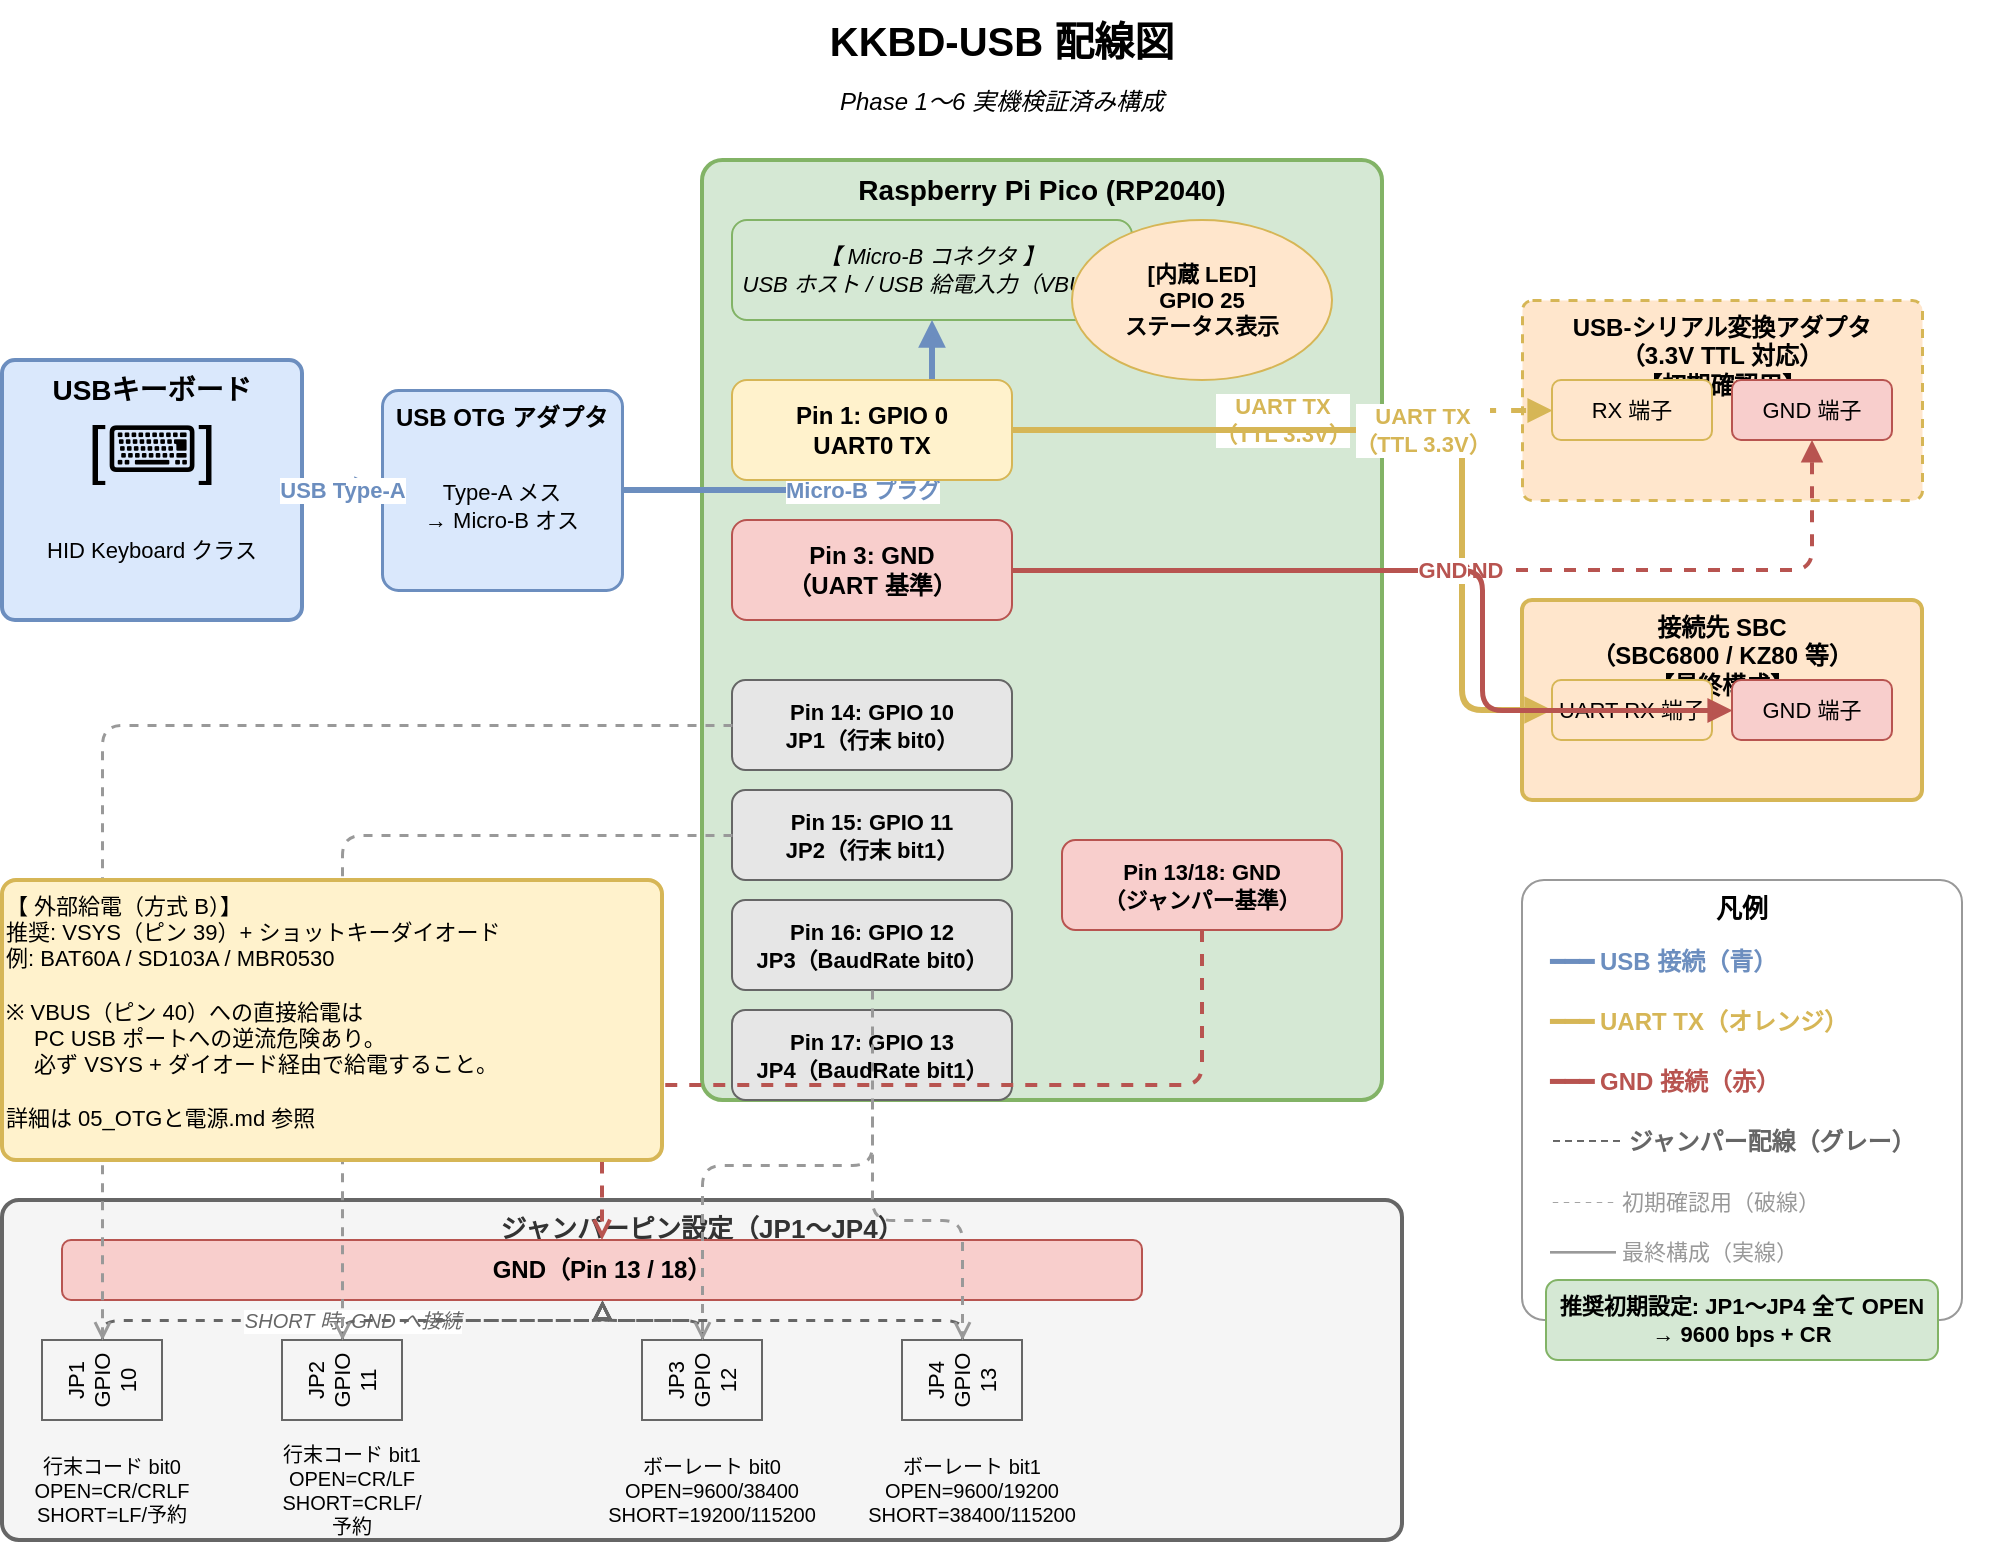
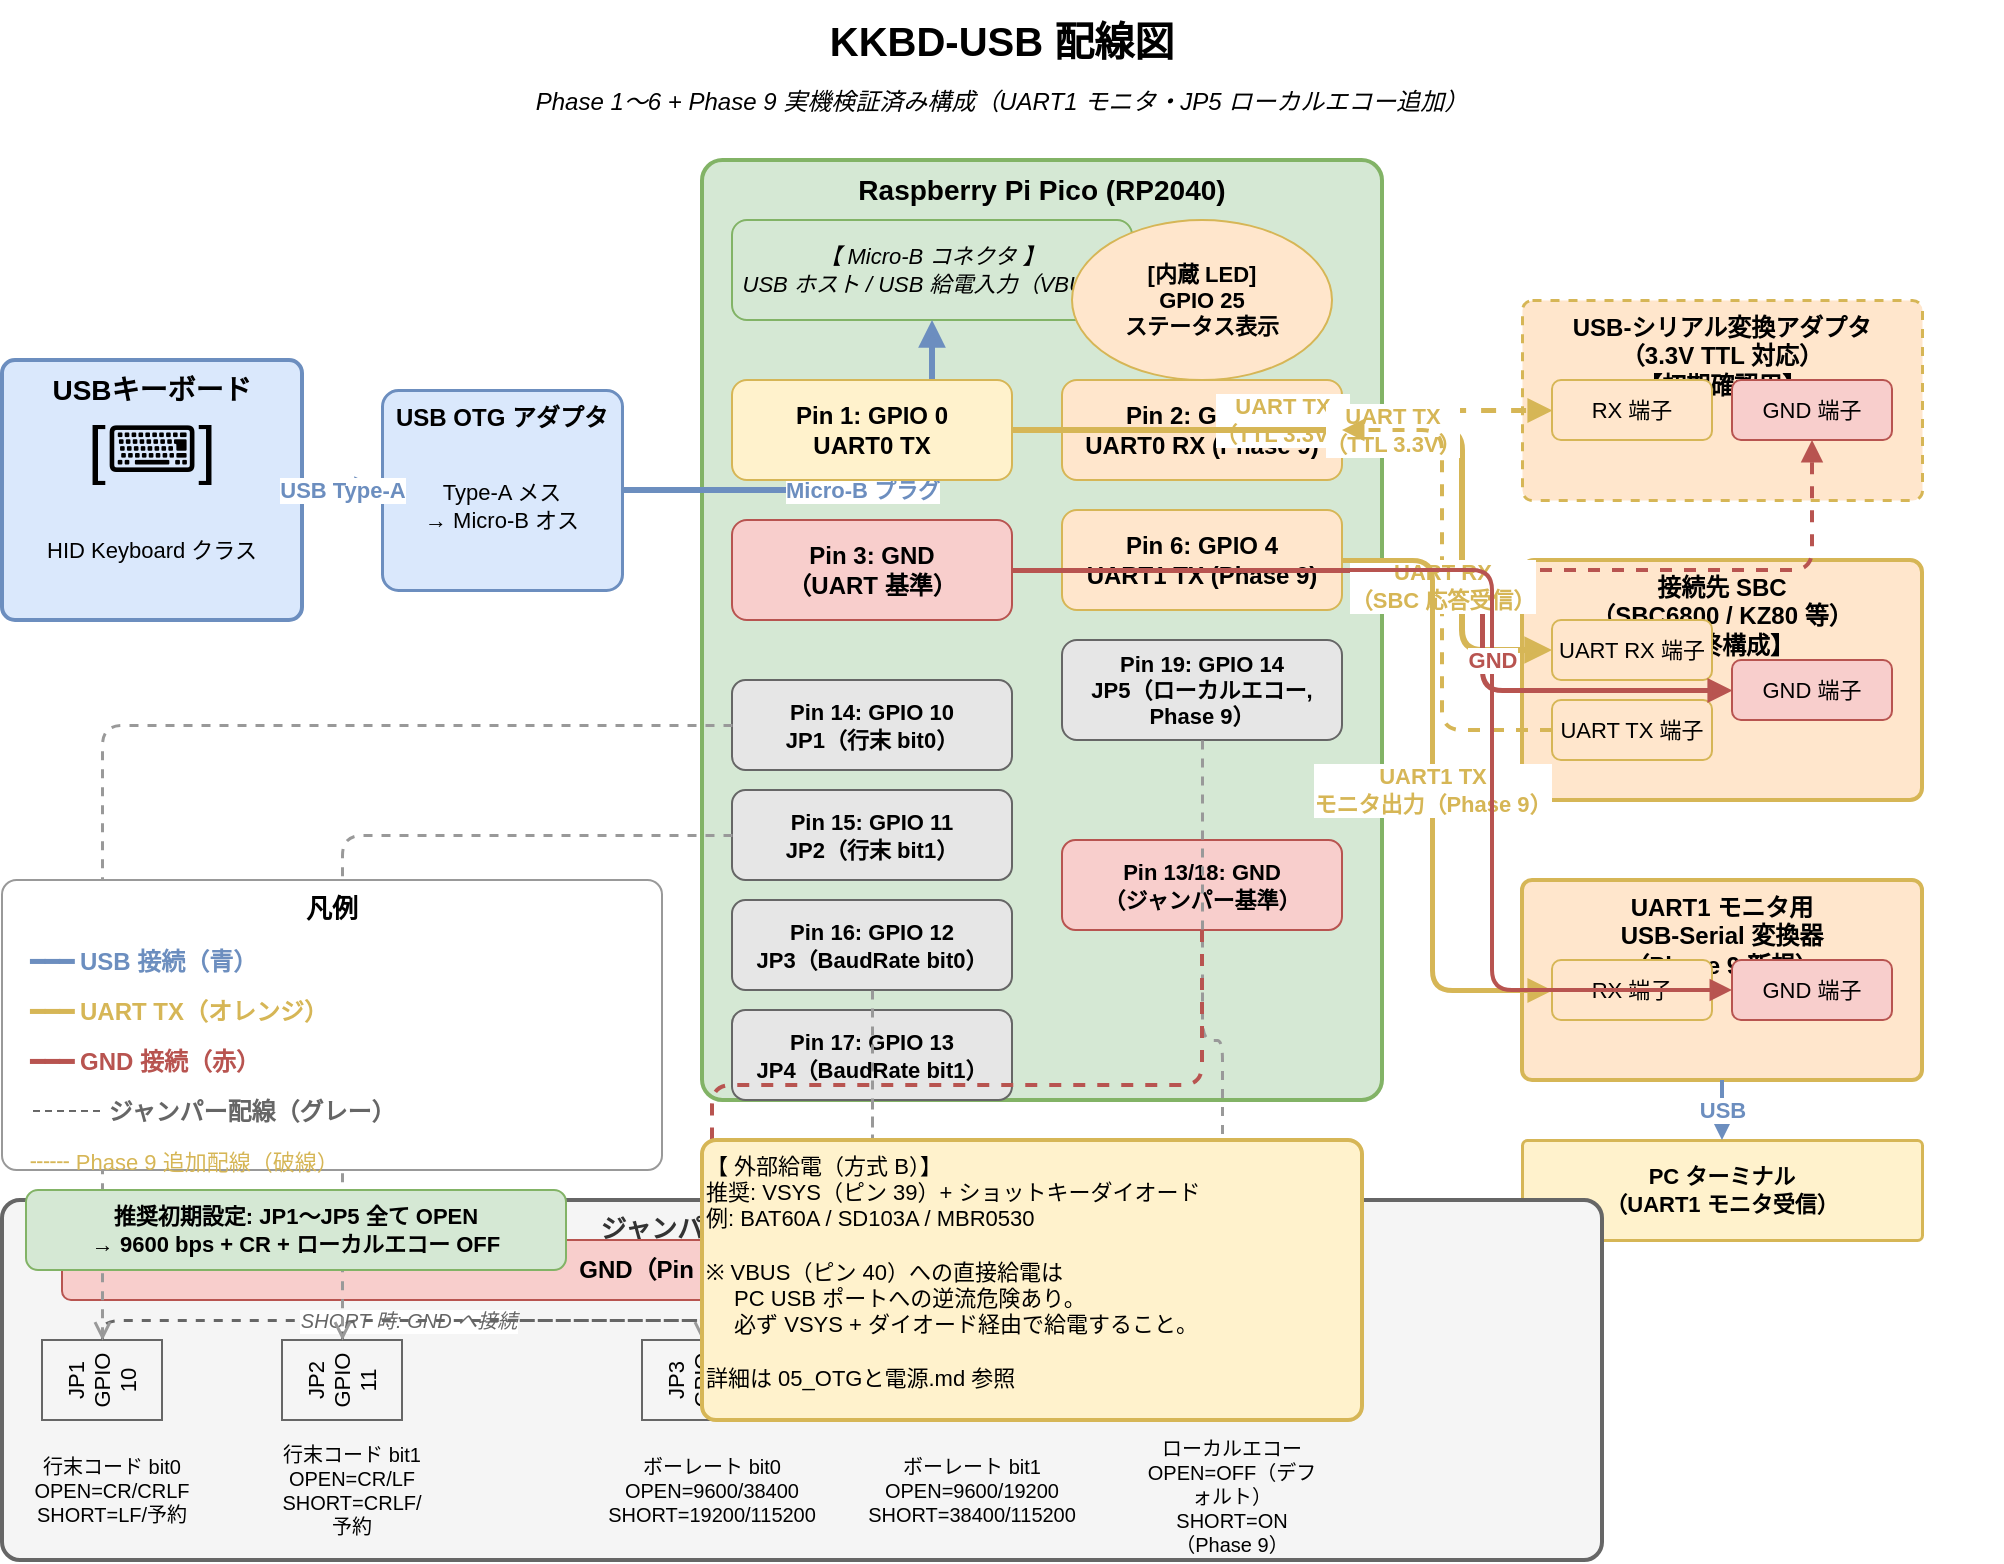
<?xml version="1.0" encoding="UTF-8"?>
<mxGraphModel dx="1422" dy="762" grid="1" gridSize="10" guides="1" tooltips="1" connect="1" arrows="1" fold="1" page="1" pageScale="1" pageWidth="1169" pageHeight="827" math="0" shadow="0">
  <root>
    <mxCell id="0" />
    <mxCell id="1" parent="0" />

    <!-- タイトル -->
    <mxCell id="100" value="KKBD-USB 配線図" style="text;html=1;strokeColor=none;fillColor=none;align=center;verticalAlign=middle;whiteSpace=wrap;rounded=0;fontSize=20;fontStyle=1;" vertex="1" parent="1">
      <mxGeometry x="60" y="20" width="1000" height="40" as="geometry" />
    </mxCell>
-     <mxCell id="101" value="Phase 1〜6 実機検証済み構成" style="text;html=1;strokeColor=none;fillColor=none;align=center;verticalAlign=middle;whiteSpace=wrap;rounded=0;fontSize=12;fontStyle=2;" vertex="1" parent="1">
+     <mxCell id="101" value="Phase 1〜6 + Phase 9 実機検証済み構成（UART1 モニタ・JP5 ローカルエコー追加）" style="text;html=1;strokeColor=none;fillColor=none;align=center;verticalAlign=middle;whiteSpace=wrap;rounded=0;fontSize=12;fontStyle=2;" vertex="1" parent="1">
      <mxGeometry x="60" y="58" width="1000" height="25" as="geometry" />
    </mxCell>

    <!-- ========== USB キーボード ========== -->
    <mxCell id="200" value="USBキーボード" style="rounded=1;whiteSpace=wrap;html=1;fillColor=#dae8fc;strokeColor=#6c8ebf;fontSize=14;fontStyle=1;verticalAlign=top;arcSize=5;strokeWidth=2;" vertex="1" parent="1">
      <mxGeometry x="60" y="200" width="150" height="130" as="geometry" />
    </mxCell>
    <mxCell id="201" value="[⌨]" style="text;html=1;strokeColor=none;fillColor=none;align=center;verticalAlign=middle;whiteSpace=wrap;fontSize=32;" vertex="1" parent="1">
      <mxGeometry x="60" y="220" width="150" height="50" as="geometry" />
    </mxCell>
    <mxCell id="202" value="HID Keyboard クラス" style="text;html=1;strokeColor=none;fillColor=none;align=center;verticalAlign=middle;whiteSpace=wrap;fontSize=11;" vertex="1" parent="1">
      <mxGeometry x="60" y="272" width="150" height="45" as="geometry" />
    </mxCell>

    <!-- ========== USB OTG アダプタ ========== -->
    <mxCell id="250" value="USB OTG アダプタ" style="rounded=1;whiteSpace=wrap;html=1;fillColor=#dae8fc;strokeColor=#6c8ebf;fontSize=12;fontStyle=1;verticalAlign=top;arcSize=8;strokeWidth=1.5;" vertex="1" parent="1">
      <mxGeometry x="250" y="215" width="120" height="100" as="geometry" />
    </mxCell>
    <mxCell id="251" value="Type-A メス&#xa;→ Micro-B オス" style="text;html=1;strokeColor=none;fillColor=none;align=center;verticalAlign=middle;whiteSpace=wrap;fontSize=11;" vertex="1" parent="1">
      <mxGeometry x="250" y="240" width="120" height="65" as="geometry" />
    </mxCell>

    <!-- USB: キーボード → OTG -->
    <mxCell id="260" value="USB Type-A" style="edgeStyle=orthogonalEdgeStyle;html=1;strokeColor=#6c8ebf;fontColor=#6c8ebf;fontStyle=1;fontSize=11;labelBackgroundColor=#ffffff;endArrow=block;endFill=1;strokeWidth=3;" edge="1" parent="1" source="200" target="250">
      <mxGeometry relative="1" as="geometry" />
    </mxCell>

    <!-- ========== Raspberry Pi Pico ========== -->
    <mxCell id="400" value="Raspberry Pi Pico (RP2040)" style="rounded=1;whiteSpace=wrap;html=1;fillColor=#d5e8d4;strokeColor=#82b366;fontSize=14;fontStyle=1;verticalAlign=top;arcSize=3;strokeWidth=2;" vertex="1" parent="1">
      <mxGeometry x="410" y="100" width="340" height="470" as="geometry" />
    </mxCell>

    <!-- Pico 内部: Micro-B コネクタラベル -->
    <mxCell id="401" value="【 Micro-B コネクタ 】&#xa;USB ホスト / USB 給電入力（VBUS）" style="rounded=1;whiteSpace=wrap;html=1;fillColor=#d5e8d4;strokeColor=#82b366;fontSize=11;fontStyle=2;" vertex="1" parent="1">
      <mxGeometry x="425" y="130" width="200" height="50" as="geometry" />
    </mxCell>

    <!-- USB: OTG → Pico Micro-B -->
    <mxCell id="261" value="Micro-B プラグ" style="edgeStyle=orthogonalEdgeStyle;html=1;strokeColor=#6c8ebf;fontColor=#6c8ebf;fontStyle=1;fontSize=11;labelBackgroundColor=#ffffff;endArrow=block;endFill=1;strokeWidth=3;" edge="1" parent="1" source="250" target="401">
      <mxGeometry relative="1" as="geometry" />
    </mxCell>

    <!-- Pico ピン: GPIO 0 (UART TX) -->
    <mxCell id="410" value="Pin 1: GPIO 0&#xa;UART0 TX" style="rounded=1;whiteSpace=wrap;html=1;fillColor=#fff2cc;strokeColor=#d6b656;fontSize=12;fontStyle=1;" vertex="1" parent="1">
      <mxGeometry x="425" y="210" width="140" height="50" as="geometry" />
    </mxCell>

+     <!-- Pico ピン: GPIO 1 (UART0 RX, Phase 9 新規) -->
+     <mxCell id="412" value="Pin 2: GPIO 1&#xa;UART0 RX (Phase 9)" style="rounded=1;whiteSpace=wrap;html=1;fillColor=#ffe6cc;strokeColor=#d6b656;fontSize=12;fontStyle=1;" vertex="1" parent="1">
+       <mxGeometry x="590" y="210" width="140" height="50" as="geometry" />
+     </mxCell>
+ 
+     <!-- Pico ピン: GPIO 4 (UART1 TX, Phase 9 新規) -->
+     <mxCell id="413" value="Pin 6: GPIO 4&#xa;UART1 TX (Phase 9)" style="rounded=1;whiteSpace=wrap;html=1;fillColor=#ffe6cc;strokeColor=#d6b656;fontSize=12;fontStyle=1;" vertex="1" parent="1">
+       <mxGeometry x="590" y="275" width="140" height="50" as="geometry" />
+     </mxCell>
+ 
    <!-- Pico ピン: GND (UART 用) -->
    <mxCell id="411" value="Pin 3: GND&#xa;（UART 基準）" style="rounded=1;whiteSpace=wrap;html=1;fillColor=#f8cecc;strokeColor=#b85450;fontSize=12;fontStyle=1;" vertex="1" parent="1">
      <mxGeometry x="425" y="280" width="140" height="50" as="geometry" />
    </mxCell>

    <!-- Pico ピン: JP1 (GPIO 10) -->
    <mxCell id="420" value="Pin 14: GPIO 10&#xa;JP1（行末 bit0）" style="rounded=1;whiteSpace=wrap;html=1;fillColor=#e6e6e6;strokeColor=#666666;fontSize=11;fontStyle=1;" vertex="1" parent="1">
      <mxGeometry x="425" y="360" width="140" height="45" as="geometry" />
    </mxCell>

    <!-- Pico ピン: JP2 (GPIO 11) -->
    <mxCell id="421" value="Pin 15: GPIO 11&#xa;JP2（行末 bit1）" style="rounded=1;whiteSpace=wrap;html=1;fillColor=#e6e6e6;strokeColor=#666666;fontSize=11;fontStyle=1;" vertex="1" parent="1">
      <mxGeometry x="425" y="415" width="140" height="45" as="geometry" />
    </mxCell>

    <!-- Pico ピン: JP3 (GPIO 12) -->
    <mxCell id="422" value="Pin 16: GPIO 12&#xa;JP3（BaudRate bit0）" style="rounded=1;whiteSpace=wrap;html=1;fillColor=#e6e6e6;strokeColor=#666666;fontSize=11;fontStyle=1;" vertex="1" parent="1">
      <mxGeometry x="425" y="470" width="140" height="45" as="geometry" />
    </mxCell>

    <!-- Pico ピン: JP4 (GPIO 13) -->
    <mxCell id="423" value="Pin 17: GPIO 13&#xa;JP4（BaudRate bit1）" style="rounded=1;whiteSpace=wrap;html=1;fillColor=#e6e6e6;strokeColor=#666666;fontSize=11;fontStyle=1;" vertex="1" parent="1">
      <mxGeometry x="425" y="525" width="140" height="45" as="geometry" />
+     </mxCell>
+ 
+     <!-- Pico ピン: JP5 (GPIO 14, Phase 9 新規) -->
+     <mxCell id="425" value="Pin 19: GPIO 14&#xa;JP5（ローカルエコー, Phase 9）" style="rounded=1;whiteSpace=wrap;html=1;fillColor=#e6e6e6;strokeColor=#666666;fontSize=11;fontStyle=1;" vertex="1" parent="1">
+       <mxGeometry x="590" y="340" width="140" height="50" as="geometry" />
    </mxCell>

    <!-- Pico ピン: GND (ジャンパー基準) -->
    <mxCell id="424" value="Pin 13/18: GND&#xa;（ジャンパー基準）" style="rounded=1;whiteSpace=wrap;html=1;fillColor=#f8cecc;strokeColor=#b85450;fontSize=11;fontStyle=1;" vertex="1" parent="1">
      <mxGeometry x="590" y="440" width="140" height="45" as="geometry" />
    </mxCell>

    <!-- LED ラベル -->
    <mxCell id="430" value="[内蔵 LED]&#xa;GPIO 25&#xa;ステータス表示" style="ellipse;whiteSpace=wrap;html=1;fillColor=#ffe6cc;strokeColor=#d6b656;fontSize=11;fontStyle=1;" vertex="1" parent="1">
      <mxGeometry x="595" y="130" width="130" height="80" as="geometry" />
    </mxCell>

    <!-- ========== USB-シリアル変換アダプタ（動作確認用）または SBC ========== -->
    <!-- USB-シリアル変換アダプタ（初期確認用） -->
    <mxCell id="500" value="USB-シリアル変換アダプタ&#xa;（3.3V TTL 対応）&#xa;【初期確認用】" style="rounded=1;whiteSpace=wrap;html=1;fillColor=#ffe6cc;strokeColor=#d6b656;fontSize=12;fontStyle=1;verticalAlign=top;arcSize=5;strokeWidth=1.5;dashed=1;" vertex="1" parent="1">
      <mxGeometry x="820" y="170" width="200" height="100" as="geometry" />
    </mxCell>
    <mxCell id="501" value="RX 端子" style="rounded=1;whiteSpace=wrap;html=1;fillColor=#ffe6cc;strokeColor=#d6b656;fontSize=11;" vertex="1" parent="1">
      <mxGeometry x="835" y="210" width="80" height="30" as="geometry" />
    </mxCell>
    <mxCell id="502" value="GND 端子" style="rounded=1;whiteSpace=wrap;html=1;fillColor=#f8cecc;strokeColor=#b85450;fontSize=11;" vertex="1" parent="1">
      <mxGeometry x="925" y="210" width="80" height="30" as="geometry" />
    </mxCell>

    <!-- 接続先 SBC（最終構成） -->
    <mxCell id="600" value="接続先 SBC&#xa;（SBC6800 / KZ80 等）&#xa;【最終構成】" style="rounded=1;whiteSpace=wrap;html=1;fillColor=#ffe6cc;strokeColor=#d6b656;fontSize=12;fontStyle=1;verticalAlign=top;arcSize=5;strokeWidth=2;" vertex="1" parent="1">
-       <mxGeometry x="820" y="320" width="200" height="100" as="geometry" />
+       <mxGeometry x="820" y="300" width="200" height="120" as="geometry" />
    </mxCell>
    <mxCell id="601" value="UART RX 端子" style="rounded=1;whiteSpace=wrap;html=1;fillColor=#ffe6cc;strokeColor=#d6b656;fontSize=11;" vertex="1" parent="1">
-       <mxGeometry x="835" y="360" width="80" height="30" as="geometry" />
+       <mxGeometry x="835" y="330" width="80" height="30" as="geometry" />
+     </mxCell>
+     <mxCell id="603" value="UART TX 端子" style="rounded=1;whiteSpace=wrap;html=1;fillColor=#ffe6cc;strokeColor=#d6b656;fontSize=11;" vertex="1" parent="1">
+       <mxGeometry x="835" y="370" width="80" height="30" as="geometry" />
    </mxCell>
    <mxCell id="602" value="GND 端子" style="rounded=1;whiteSpace=wrap;html=1;fillColor=#f8cecc;strokeColor=#b85450;fontSize=11;" vertex="1" parent="1">
-       <mxGeometry x="925" y="360" width="80" height="30" as="geometry" />
+       <mxGeometry x="925" y="350" width="80" height="30" as="geometry" />
+     </mxCell>
+ 
+     <!-- UART1 モニタ用 USB-Serial 変換器（Phase 9 新規） -->
+     <mxCell id="650" value="UART1 モニタ用&#xa;USB-Serial 変換器&#xa;（Phase 9 新規）" style="rounded=1;whiteSpace=wrap;html=1;fillColor=#ffe6cc;strokeColor=#d6b656;fontSize=12;fontStyle=1;verticalAlign=top;arcSize=5;strokeWidth=2;" vertex="1" parent="1">
+       <mxGeometry x="820" y="460" width="200" height="100" as="geometry" />
+     </mxCell>
+     <mxCell id="651" value="RX 端子" style="rounded=1;whiteSpace=wrap;html=1;fillColor=#ffe6cc;strokeColor=#d6b656;fontSize=11;" vertex="1" parent="1">
+       <mxGeometry x="835" y="500" width="80" height="30" as="geometry" />
+     </mxCell>
+     <mxCell id="652" value="GND 端子" style="rounded=1;whiteSpace=wrap;html=1;fillColor=#f8cecc;strokeColor=#b85450;fontSize=11;" vertex="1" parent="1">
+       <mxGeometry x="925" y="500" width="80" height="30" as="geometry" />
+     </mxCell>
+ 
+     <!-- PC ターミナル（Phase 9） -->
+     <mxCell id="660" value="PC ターミナル&#xa;（UART1 モニタ受信）" style="rounded=1;whiteSpace=wrap;html=1;fillColor=#fff2cc;strokeColor=#d6b656;fontSize=11;fontStyle=1;arcSize=5;strokeWidth=1.5;" vertex="1" parent="1">
+       <mxGeometry x="820" y="590" width="200" height="50" as="geometry" />
    </mxCell>

    <!-- UART TX: Pico GPIO0 → 確認用アダプタ RX（オレンジ線） -->
    <mxCell id="510" value="UART TX&#xa;（TTL 3.3V）" style="edgeStyle=orthogonalEdgeStyle;html=1;strokeColor=#d6b656;fontColor=#d6b656;fontStyle=1;fontSize=11;labelBackgroundColor=#ffffff;endArrow=block;endFill=1;strokeWidth=2.5;dashed=1;" edge="1" parent="1" source="410" target="501">
      <mxGeometry relative="1" as="geometry" />
    </mxCell>

    <!-- GND: Pico GND → 確認用アダプタ GND（赤黒線） -->
    <mxCell id="511" value="GND" style="edgeStyle=orthogonalEdgeStyle;html=1;strokeColor=#b85450;fontColor=#b85450;fontStyle=1;fontSize=11;labelBackgroundColor=#ffffff;endArrow=block;endFill=1;strokeWidth=2;dashed=1;" edge="1" parent="1" source="411" target="502">
      <mxGeometry relative="1" as="geometry" />
    </mxCell>

    <!-- UART TX: Pico GPIO0 → SBC RX（オレンジ線、太め） -->
    <mxCell id="610" value="UART TX&#xa;（TTL 3.3V）" style="edgeStyle=orthogonalEdgeStyle;html=1;strokeColor=#d6b656;fontColor=#d6b656;fontStyle=1;fontSize=11;labelBackgroundColor=#ffffff;endArrow=block;endFill=1;strokeWidth=3;" edge="1" parent="1" source="410" target="601">
      <mxGeometry relative="1" as="geometry">
        <Array as="points">
          <mxPoint x="790" y="235" />
-           <mxPoint x="790" y="375" />
+           <mxPoint x="790" y="345" />
        </Array>
      </mxGeometry>
    </mxCell>

    <!-- GND: Pico GND → SBC GND（赤黒線、太め） -->
    <mxCell id="611" value="GND" style="edgeStyle=orthogonalEdgeStyle;html=1;strokeColor=#b85450;fontColor=#b85450;fontStyle=1;fontSize=11;labelBackgroundColor=#ffffff;endArrow=block;endFill=1;strokeWidth=2.5;" edge="1" parent="1" source="411" target="602">
      <mxGeometry relative="1" as="geometry">
        <Array as="points">
          <mxPoint x="800" y="305" />
-           <mxPoint x="800" y="375" />
-         </Array>
-       </mxGeometry>
+           <mxPoint x="800" y="365" />
+         </Array>
+       </mxGeometry>
+     </mxCell>
+ 
+     <!-- UART RX: SBC TX → Pico GPIO1（Phase 9 新規、破線） -->
+     <mxCell id="620" value="UART RX&#xa;（SBC 応答受信）" style="edgeStyle=orthogonalEdgeStyle;html=1;strokeColor=#d6b656;fontColor=#d6b656;fontStyle=1;fontSize=11;labelBackgroundColor=#ffffff;endArrow=block;endFill=1;strokeWidth=2;dashed=1;" edge="1" parent="1" source="603" target="412">
+       <mxGeometry relative="1" as="geometry">
+         <Array as="points">
+           <mxPoint x="810" y="385" />
+           <mxPoint x="780" y="385" />
+           <mxPoint x="780" y="235" />
+         </Array>
+       </mxGeometry>
+     </mxCell>
+ 
+     <!-- UART1 TX: Pico GPIO4 → モニタ用変換器 RX（Phase 9 新規） -->
+     <mxCell id="621" value="UART1 TX&#xa;モニタ出力（Phase 9）" style="edgeStyle=orthogonalEdgeStyle;html=1;strokeColor=#d6b656;fontColor=#d6b656;fontStyle=1;fontSize=11;labelBackgroundColor=#ffffff;endArrow=block;endFill=1;strokeWidth=2.5;" edge="1" parent="1" source="413" target="651">
+       <mxGeometry relative="1" as="geometry">
+         <Array as="points">
+           <mxPoint x="775" y="300" />
+           <mxPoint x="775" y="515" />
+         </Array>
+       </mxGeometry>
+     </mxCell>
+ 
+     <!-- GND: Pico GND → モニタ変換器 GND（Phase 9 新規） -->
+     <mxCell id="622" value="GND" style="edgeStyle=orthogonalEdgeStyle;html=1;strokeColor=#b85450;fontColor=#b85450;fontStyle=1;fontSize=11;labelBackgroundColor=#ffffff;endArrow=block;endFill=1;strokeWidth=2;" edge="1" parent="1" source="411" target="652">
+       <mxGeometry relative="1" as="geometry">
+         <Array as="points">
+           <mxPoint x="805" y="305" />
+           <mxPoint x="805" y="515" />
+         </Array>
+       </mxGeometry>
+     </mxCell>
+ 
+     <!-- USB: モニタ変換器 → PC ターミナル（Phase 9） -->
+     <mxCell id="623" value="USB" style="edgeStyle=orthogonalEdgeStyle;html=1;strokeColor=#6c8ebf;fontColor=#6c8ebf;fontStyle=1;fontSize=11;labelBackgroundColor=#ffffff;endArrow=block;endFill=1;strokeWidth=2;" edge="1" parent="1" source="650" target="660">
+       <mxGeometry relative="1" as="geometry" />
    </mxCell>

    <!-- ========== ジャンパーピン（下段） ========== -->
-     <mxCell id="700" value="ジャンパーピン設定（JP1〜JP4）" style="rounded=1;whiteSpace=wrap;html=1;fillColor=#f5f5f5;strokeColor=#666666;fontSize=13;fontStyle=1;verticalAlign=top;arcSize=5;strokeWidth=2;fontColor=#333333;" vertex="1" parent="1">
-       <mxGeometry x="60" y="620" width="700" height="170" as="geometry" />
+     <mxCell id="700" value="ジャンパーピン設定（JP1〜JP5）" style="rounded=1;whiteSpace=wrap;html=1;fillColor=#f5f5f5;strokeColor=#666666;fontSize=13;fontStyle=1;verticalAlign=top;arcSize=5;strokeWidth=2;fontColor=#333333;" vertex="1" parent="1">
+       <mxGeometry x="60" y="620" width="800" height="180" as="geometry" />
    </mxCell>

    <!-- JP1 スイッチ表現 -->
    <mxCell id="710" value="JP1&#xa;GPIO 10" style="shape=mxgraph.electrical.signal_sources.signal_source;rotation=-90;html=1;whiteSpace=wrap;fillColor=#f5f5f5;strokeColor=#666666;fontSize=11;" vertex="1" parent="1">
      <mxGeometry x="90" y="680" width="40" height="60" as="geometry" />
    </mxCell>
    <mxCell id="711" value="行末コード bit0&#xa;OPEN=CR/CRLF&#xa;SHORT=LF/予約" style="text;html=1;strokeColor=none;fillColor=none;align=center;verticalAlign=middle;whiteSpace=wrap;fontSize=10;" vertex="1" parent="1">
      <mxGeometry x="75" y="745" width="80" height="40" as="geometry" />
    </mxCell>

    <!-- JP2 スイッチ表現 -->
    <mxCell id="720" value="JP2&#xa;GPIO 11" style="shape=mxgraph.electrical.signal_sources.signal_source;rotation=-90;html=1;whiteSpace=wrap;fillColor=#f5f5f5;strokeColor=#666666;fontSize=11;" vertex="1" parent="1">
      <mxGeometry x="210" y="680" width="40" height="60" as="geometry" />
    </mxCell>
    <mxCell id="721" value="行末コード bit1&#xa;OPEN=CR/LF&#xa;SHORT=CRLF/予約" style="text;html=1;strokeColor=none;fillColor=none;align=center;verticalAlign=middle;whiteSpace=wrap;fontSize=10;" vertex="1" parent="1">
      <mxGeometry x="195" y="745" width="80" height="40" as="geometry" />
    </mxCell>

    <!-- JP3 スイッチ表現 -->
    <mxCell id="730" value="JP3&#xa;GPIO 12" style="shape=mxgraph.electrical.signal_sources.signal_source;rotation=-90;html=1;whiteSpace=wrap;fillColor=#f5f5f5;strokeColor=#666666;fontSize=11;" vertex="1" parent="1">
      <mxGeometry x="390" y="680" width="40" height="60" as="geometry" />
    </mxCell>
    <mxCell id="731" value="ボーレート bit0&#xa;OPEN=9600/38400&#xa;SHORT=19200/115200" style="text;html=1;strokeColor=none;fillColor=none;align=center;verticalAlign=middle;whiteSpace=wrap;fontSize=10;" vertex="1" parent="1">
      <mxGeometry x="370" y="745" width="90" height="40" as="geometry" />
    </mxCell>

    <!-- JP4 スイッチ表現 -->
    <mxCell id="740" value="JP4&#xa;GPIO 13" style="shape=mxgraph.electrical.signal_sources.signal_source;rotation=-90;html=1;whiteSpace=wrap;fillColor=#f5f5f5;strokeColor=#666666;fontSize=11;" vertex="1" parent="1">
      <mxGeometry x="520" y="680" width="40" height="60" as="geometry" />
    </mxCell>
    <mxCell id="741" value="ボーレート bit1&#xa;OPEN=9600/19200&#xa;SHORT=38400/115200" style="text;html=1;strokeColor=none;fillColor=none;align=center;verticalAlign=middle;whiteSpace=wrap;fontSize=10;" vertex="1" parent="1">
      <mxGeometry x="500" y="745" width="90" height="40" as="geometry" />
    </mxCell>

    <!-- GND ライン（ジャンパー共通） -->
-     <mxCell id="750" value="GND（Pin 13 / 18）" style="rounded=1;whiteSpace=wrap;html=1;fillColor=#f8cecc;strokeColor=#b85450;fontSize=12;fontStyle=1;" vertex="1" parent="1">
-       <mxGeometry x="90" y="640" width="540" height="30" as="geometry" />
+     <mxCell id="750" value="GND（Pin 13 / 18 / 23）" style="rounded=1;whiteSpace=wrap;html=1;fillColor=#f8cecc;strokeColor=#b85450;fontSize=12;fontStyle=1;" vertex="1" parent="1">
+       <mxGeometry x="90" y="640" width="650" height="30" as="geometry" />
    </mxCell>

    <!-- JP1 → GND 接続線 -->
    <mxCell id="751" value="SHORT 時: GND へ接続" style="edgeStyle=orthogonalEdgeStyle;html=1;strokeColor=#666666;fontColor=#666666;fontStyle=2;fontSize=10;labelBackgroundColor=#ffffff;endArrow=block;endFill=0;strokeWidth=1.5;dashed=1;" edge="1" parent="1" source="710" target="750">
      <mxGeometry relative="1" as="geometry" />
    </mxCell>

    <!-- JP2 → GND 接続線 -->
    <mxCell id="752" value="" style="edgeStyle=orthogonalEdgeStyle;html=1;strokeColor=#666666;endArrow=block;endFill=0;strokeWidth=1.5;dashed=1;" edge="1" parent="1" source="720" target="750">
      <mxGeometry relative="1" as="geometry" />
    </mxCell>

    <!-- JP3 → GND 接続線 -->
    <mxCell id="753" value="" style="edgeStyle=orthogonalEdgeStyle;html=1;strokeColor=#666666;endArrow=block;endFill=0;strokeWidth=1.5;dashed=1;" edge="1" parent="1" source="730" target="750">
      <mxGeometry relative="1" as="geometry" />
    </mxCell>

    <!-- JP4 → GND 接続線 -->
    <mxCell id="754" value="" style="edgeStyle=orthogonalEdgeStyle;html=1;strokeColor=#666666;endArrow=block;endFill=0;strokeWidth=1.5;dashed=1;" edge="1" parent="1" source="740" target="750">
      <mxGeometry relative="1" as="geometry" />
    </mxCell>

+     <!-- JP5 スイッチ表現（Phase 9 新規） -->
+     <mxCell id="770" value="JP5&#xa;GPIO 14" style="shape=mxgraph.electrical.signal_sources.signal_source;rotation=-90;html=1;whiteSpace=wrap;fillColor=#f5f5f5;strokeColor=#666666;fontSize=11;" vertex="1" parent="1">
+       <mxGeometry x="650" y="680" width="40" height="60" as="geometry" />
+     </mxCell>
+     <mxCell id="771" value="ローカルエコー&#xa;OPEN=OFF（デフォルト）&#xa;SHORT=ON（Phase 9）" style="text;html=1;strokeColor=none;fillColor=none;align=center;verticalAlign=middle;whiteSpace=wrap;fontSize=10;" vertex="1" parent="1">
+       <mxGeometry x="630" y="745" width="90" height="45" as="geometry" />
+     </mxCell>
+ 
+     <!-- JP5 → GND 接続線 -->
+     <mxCell id="772" value="SHORT 時: GND へ接続" style="edgeStyle=orthogonalEdgeStyle;html=1;strokeColor=#666666;fontColor=#666666;fontStyle=2;fontSize=10;labelBackgroundColor=#ffffff;endArrow=block;endFill=0;strokeWidth=1.5;dashed=1;" edge="1" parent="1" source="770" target="750">
+       <mxGeometry relative="1" as="geometry" />
+     </mxCell>
+ 
+     <!-- JP5 → Pico GPIO 14 -->
+     <mxCell id="773" value="" style="edgeStyle=orthogonalEdgeStyle;html=1;strokeColor=#999999;endArrow=open;endFill=0;strokeWidth=1.5;dashed=1;" edge="1" parent="1" source="425" target="770">
+       <mxGeometry relative="1" as="geometry" />
+     </mxCell>
+ 
    <!-- JP1 → Pico GPIO 10 -->
    <mxCell id="760" value="" style="edgeStyle=orthogonalEdgeStyle;html=1;strokeColor=#999999;endArrow=open;endFill=0;strokeWidth=1.5;dashed=1;" edge="1" parent="1" source="420" target="710">
      <mxGeometry relative="1" as="geometry" />
    </mxCell>
    <!-- JP2 → Pico GPIO 11 -->
    <mxCell id="761" value="" style="edgeStyle=orthogonalEdgeStyle;html=1;strokeColor=#999999;endArrow=open;endFill=0;strokeWidth=1.5;dashed=1;" edge="1" parent="1" source="421" target="720">
      <mxGeometry relative="1" as="geometry" />
    </mxCell>
    <!-- JP3 → Pico GPIO 12 -->
    <mxCell id="762" value="" style="edgeStyle=orthogonalEdgeStyle;html=1;strokeColor=#999999;endArrow=open;endFill=0;strokeWidth=1.5;dashed=1;" edge="1" parent="1" source="422" target="730">
      <mxGeometry relative="1" as="geometry" />
    </mxCell>
    <!-- JP4 → Pico GPIO 13 -->
    <mxCell id="763" value="" style="edgeStyle=orthogonalEdgeStyle;html=1;strokeColor=#999999;endArrow=open;endFill=0;strokeWidth=1.5;dashed=1;" edge="1" parent="1" source="423" target="740">
      <mxGeometry relative="1" as="geometry" />
    </mxCell>

    <!-- GND (Pico) → ジャンパー GND ライン -->
    <mxCell id="764" value="" style="edgeStyle=orthogonalEdgeStyle;html=1;strokeColor=#b85450;endArrow=open;endFill=0;strokeWidth=2;dashed=1;" edge="1" parent="1" source="424" target="750">
      <mxGeometry relative="1" as="geometry" />
    </mxCell>

    <!-- ========== 凡例 ========== -->
    <mxCell id="900" value="凡例" style="rounded=1;whiteSpace=wrap;html=1;fillColor=#ffffff;strokeColor=#999999;fontSize=13;fontStyle=1;verticalAlign=top;arcSize=5;" vertex="1" parent="1">
-       <mxGeometry x="820" y="460" width="220" height="220" as="geometry" />
+       <mxGeometry x="60" y="460" width="330" height="145" as="geometry" />
    </mxCell>
    <mxCell id="901" value="━━━ USB 接続（青）" style="text;html=1;strokeColor=none;fillColor=none;align=left;verticalAlign=middle;whiteSpace=wrap;fontSize=12;fontColor=#6c8ebf;fontStyle=1;" vertex="1" parent="1">
-       <mxGeometry x="832" y="488" width="196" height="25" as="geometry" />
+       <mxGeometry x="72" y="488" width="196" height="25" as="geometry" />
    </mxCell>
    <mxCell id="902" value="━━━ UART TX（オレンジ）" style="text;html=1;strokeColor=none;fillColor=none;align=left;verticalAlign=middle;whiteSpace=wrap;fontSize=12;fontColor=#d6b656;fontStyle=1;" vertex="1" parent="1">
-       <mxGeometry x="832" y="518" width="196" height="25" as="geometry" />
+       <mxGeometry x="72" y="513" width="196" height="25" as="geometry" />
    </mxCell>
    <mxCell id="903" value="━━━ GND 接続（赤）" style="text;html=1;strokeColor=none;fillColor=none;align=left;verticalAlign=middle;whiteSpace=wrap;fontSize=12;fontColor=#b85450;fontStyle=1;" vertex="1" parent="1">
-       <mxGeometry x="832" y="548" width="196" height="25" as="geometry" />
+       <mxGeometry x="72" y="538" width="196" height="25" as="geometry" />
    </mxCell>
    <mxCell id="904" value="╌╌╌ ジャンパー配線（グレー）" style="text;html=1;strokeColor=none;fillColor=none;align=left;verticalAlign=middle;whiteSpace=wrap;fontSize=12;fontColor=#666666;fontStyle=1;" vertex="1" parent="1">
-       <mxGeometry x="832" y="578" width="196" height="25" as="geometry" />
-     </mxCell>
-     <mxCell id="905" value="╌╌╌ 初期確認用（破線）" style="text;html=1;strokeColor=none;fillColor=none;align=left;verticalAlign=middle;whiteSpace=wrap;fontSize=11;fontColor=#999999;" vertex="1" parent="1">
-       <mxGeometry x="832" y="608" width="196" height="25" as="geometry" />
-     </mxCell>
-     <mxCell id="906" value="━━━ 最終構成（実線）" style="text;html=1;strokeColor=none;fillColor=none;align=left;verticalAlign=middle;whiteSpace=wrap;fontSize=11;fontColor=#999999;" vertex="1" parent="1">
-       <mxGeometry x="832" y="633" width="196" height="25" as="geometry" />
-     </mxCell>
-     <mxCell id="907" value="推奨初期設定: JP1〜JP4 全て OPEN&#xa;→ 9600 bps + CR" style="text;html=1;strokeColor=#82b366;fillColor=#d5e8d4;align=center;verticalAlign=middle;whiteSpace=wrap;fontSize=11;fontStyle=1;rounded=1;" vertex="1" parent="1">
-       <mxGeometry x="832" y="660" width="196" height="40" as="geometry" />
+       <mxGeometry x="72" y="563" width="196" height="25" as="geometry" />
+     </mxCell>
+     <mxCell id="905" value="╌╌╌ Phase 9 追加配線（破線）" style="text;html=1;strokeColor=none;fillColor=none;align=left;verticalAlign=middle;whiteSpace=wrap;fontSize=11;fontColor=#d6b656;" vertex="1" parent="1">
+       <mxGeometry x="72" y="588" width="210" height="25" as="geometry" />
+     </mxCell>
+     <mxCell id="907" value="推奨初期設定: JP1〜JP5 全て OPEN&#xa;→ 9600 bps + CR + ローカルエコー OFF" style="text;html=1;strokeColor=#82b366;fillColor=#d5e8d4;align=center;verticalAlign=middle;whiteSpace=wrap;fontSize=11;fontStyle=1;rounded=1;" vertex="1" parent="1">
+       <mxGeometry x="72" y="615" width="270" height="40" as="geometry" />
    </mxCell>

    <!-- ========== 外部給電注釈 ========== -->
    <mxCell id="910" value="【 外部給電（方式 B）】&#xa;推奨: VSYS（ピン 39）+ ショットキーダイオード&#xa;例: BAT60A / SD103A / MBR0530&#xa;&#xa;※ VBUS（ピン 40）への直接給電は&#xa;　 PC USB ポートへの逆流危険あり。&#xa;　 必ず VSYS + ダイオード経由で給電すること。&#xa;&#xa;詳細は 05_OTGと電源.md 参照" style="rounded=1;whiteSpace=wrap;html=1;fillColor=#fff2cc;strokeColor=#d6b656;fontSize=11;fontStyle=0;verticalAlign=top;align=left;arcSize=5;strokeWidth=2;" vertex="1" parent="1">
-       <mxGeometry x="60" y="460" width="330" height="140" as="geometry" />
+       <mxGeometry x="410" y="590" width="330" height="140" as="geometry" />
    </mxCell>

  </root>
</mxGraphModel>
